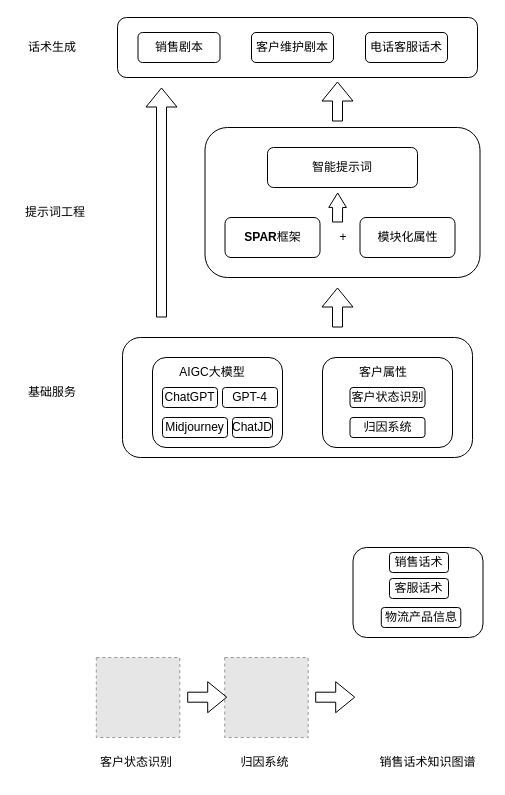
Above: jdhack.drawio in JinTaiYang94/helloworld (draw.io), before the change. Source tidied: cells renumbered, new cells numbered last; positions are measured from the earlier drawing's top-left corner, leaving out a move shared by most shapes. Both pictures are drawn from the tidied source at 100%, with x=0, y=0 at pixel (17, 17). Pictures stored in the file or linked from it are replaced by grey dashed boxes.
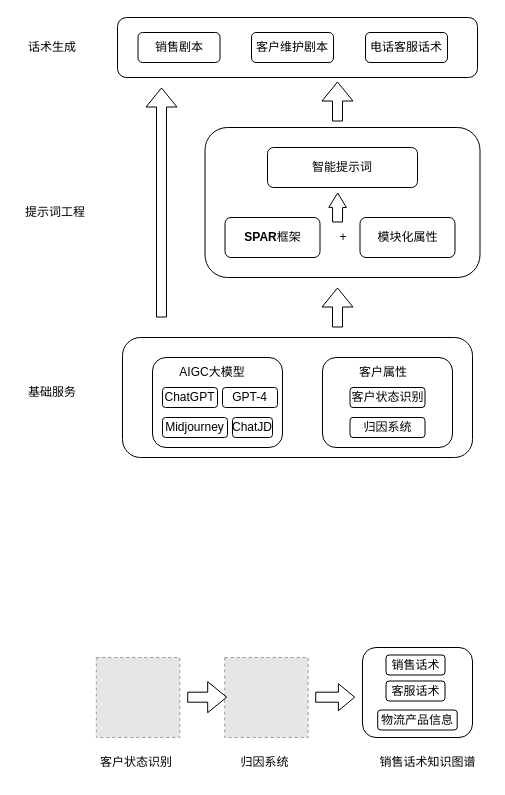
After the change.

The edit, as a diff of the source:
```diff
@@
-    <mxCell id="34" style="shape=flexArrow;endArrow=classic;html=1;rounded=0;" parent="1" edge="1">
+    <mxCell id="34" style="shape=flexArrow;endArrow=classic;html=1;rounded=0;endWidth=16;endSize=5.102857142857142;" parent="1" edge="1">
       <mxGeometry relative="1" as="geometry">
         <mxPoint x="297.7" y="679.7" as="sourcePoint" />
         <mxPoint x="337.7" y="679.7" as="targetPoint" />
       </mxGeometry>
     </mxCell>
@@
     <mxCell id="36" style="rounded=1;whiteSpace=wrap;html=1;" parent="1" vertex="1">
-      <mxGeometry x="335.5" y="530" width="130" height="90" as="geometry" />
+      <mxGeometry x="345" y="630" width="110" height="90" as="geometry" />
     </mxCell>
     <mxCell id="37" value="销售话术" style="rounded=1;whiteSpace=wrap;html=1;" parent="1" vertex="1">
-      <mxGeometry x="372" y="535" width="59" height="20" as="geometry" />
+      <mxGeometry x="368.5" y="637.5" width="59" height="20" as="geometry" />
     </mxCell>
     <mxCell id="38" value="客服话术" style="rounded=1;whiteSpace=wrap;html=1;" parent="1" vertex="1">
-      <mxGeometry x="372" y="561" width="59" height="20" as="geometry" />
+      <mxGeometry x="368.5" y="663.5" width="59" height="20" as="geometry" />
     </mxCell>
     <mxCell id="39" value="物流产品信息" style="rounded=1;whiteSpace=wrap;html=1;" parent="1" vertex="1">
-      <mxGeometry x="363.8" y="590" width="79.5" height="20" as="geometry" />
+      <mxGeometry x="360.2" y="692.5" width="79.5" height="20" as="geometry" />
     </mxCell>
```
